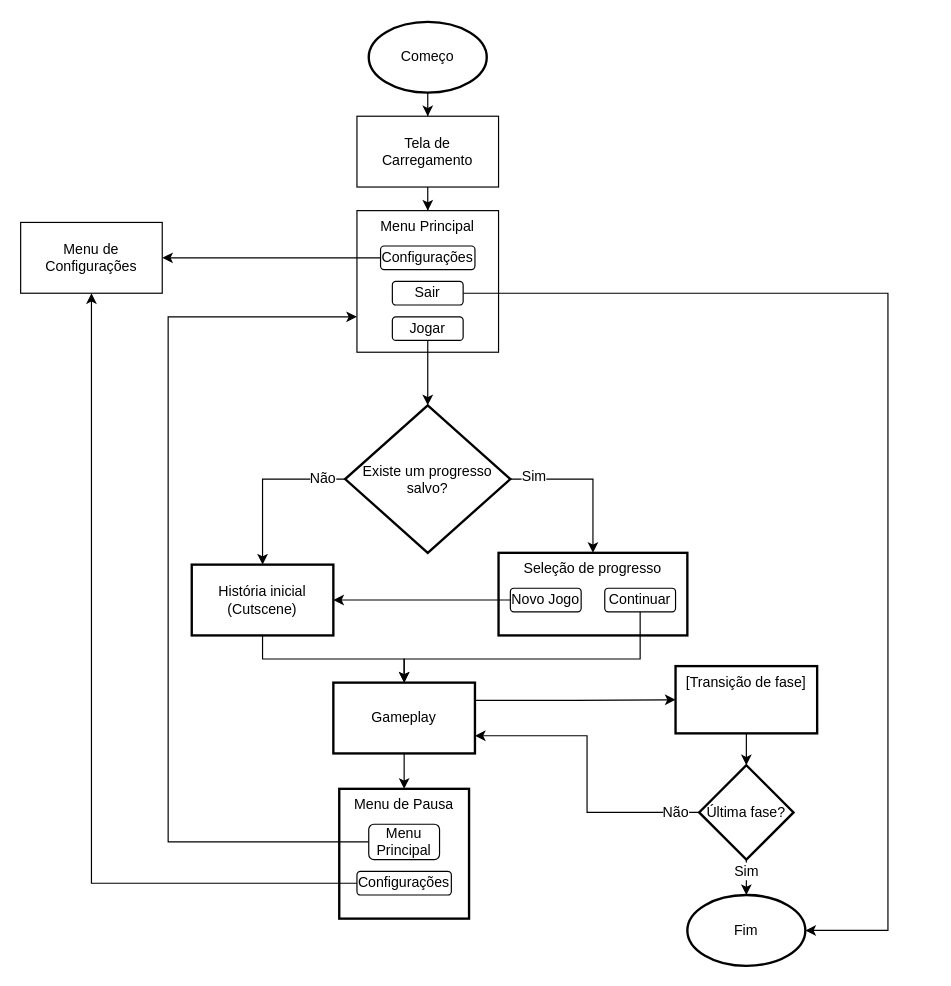
Earlier version of the draw.io diagram Runaway Bear flowchart.drawio (IsaacoHamsto/runawaybeargame). Source tidied: cells renumbered, new cells numbered last; positions are measured from the earlier drawing's top-left corner, leaving out a move shared by most shapes. Both pictures are drawn from the tidied source at 118%, with x=0, y=0 at pixel (20, 21).
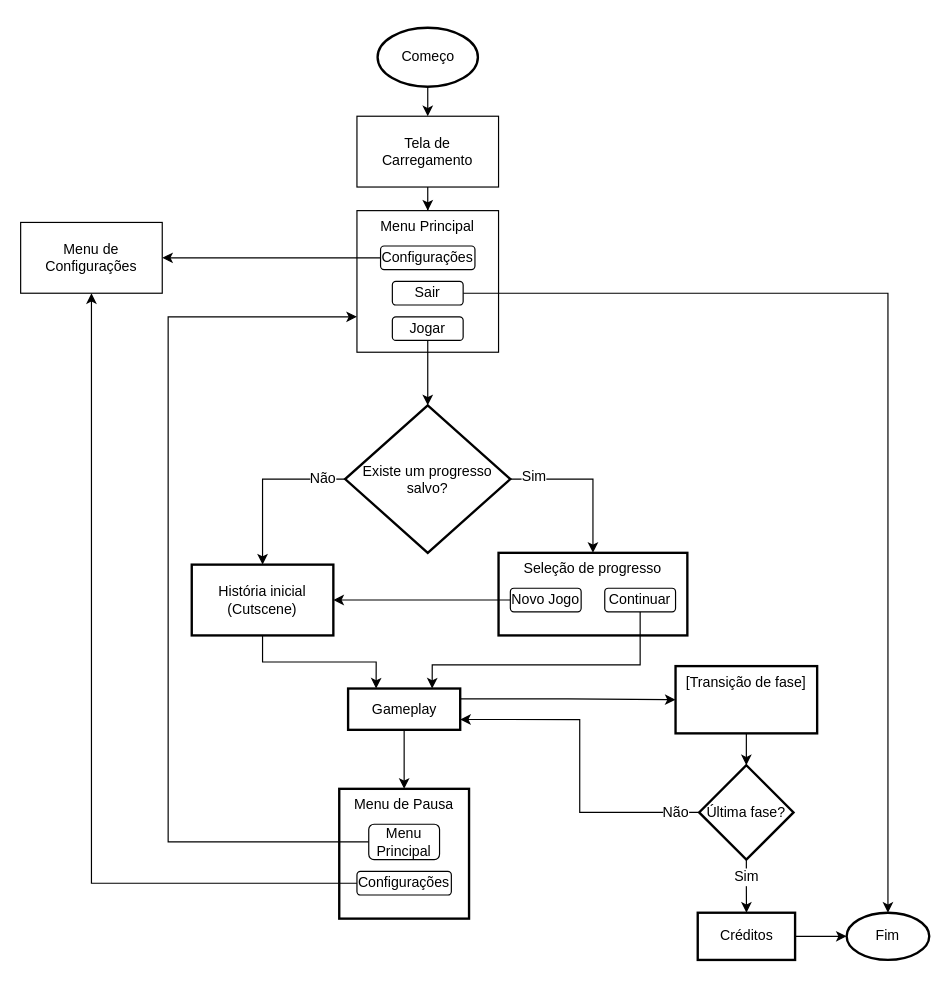
The same diagram, later.

Commit message:
Adicionar [Créditos]

Unchanged cells that the change refers to:
```xml
<mxCell id="12" value="Sair" style="rounded=1;whiteSpace=wrap;html=1;fillColor=default;" parent="1" vertex="1">
  <mxGeometry x="315" y="220" width="60" height="20" as="geometry" />
</mxCell>
<mxCell id="17" value="História inicial (Cutscene)" style="whiteSpace=wrap;html=1;strokeWidth=2;" parent="1" vertex="1">
  <mxGeometry x="145" y="460" width="120" height="60" as="geometry" />
</mxCell>
<mxCell id="22" value="Continuar" style="rounded=1;whiteSpace=wrap;html=1;fillColor=default;" parent="1" vertex="1">
  <mxGeometry x="495" y="480" width="60" height="20" as="geometry" />
</mxCell>
<mxCell id="37" value="Última fase?" style="rhombus;whiteSpace=wrap;html=1;verticalAlign=middle;strokeWidth=2;" parent="1" vertex="1">
  <mxGeometry x="575" y="630" width="80" height="80" as="geometry" />
</mxCell>
```

What changed in the source:
```diff
@@
     <mxCell id="3" value="Começo" style="strokeWidth=2;html=1;shape=mxgraph.flowchart.start_1;whiteSpace=wrap;fillColor=default;" parent="1" vertex="1">
-      <mxGeometry x="295" width="100" height="60" as="geometry" />
+      <mxGeometry x="302.5" y="5" width="85" height="50" as="geometry" />
     </mxCell>
@@
-    <mxCell id="11" style="edgeStyle=orthogonalEdgeStyle;rounded=0;jettySize=auto;html=1;entryX=1;entryY=0.5;entryDx=0;entryDy=0;entryPerimeter=0;exitX=1;exitY=0.5;exitDx=0;exitDy=0;" parent="1" edge="1" source="12" target="26">
-      <mxGeometry relative="1" as="geometry">
-        <Array as="points">
-          <mxPoint x="735" y="230" />
-          <mxPoint x="735" y="770" />
-        </Array>
-      </mxGeometry>
+    <mxCell id="11" style="edgeStyle=orthogonalEdgeStyle;rounded=0;jettySize=auto;html=1;entryX=0.5;entryY=0;entryDx=0;entryDy=0;entryPerimeter=0;" parent="1" edge="1" source="12" target="26">
+      <mxGeometry relative="1" as="geometry" />
     </mxCell>
@@
-    <mxCell id="16" style="edgeStyle=orthogonalEdgeStyle;rounded=0;jettySize=auto;html=1;" parent="1" edge="1" source="17" target="25">
+    <mxCell id="16" style="edgeStyle=orthogonalEdgeStyle;rounded=0;jettySize=auto;html=1;exitX=0.5;exitY=1;exitDx=0;exitDy=0;entryX=0.25;entryY=0;entryDx=0;entryDy=0;" parent="1" edge="1" source="17" target="25">
       <mxGeometry relative="1" as="geometry" />
     </mxCell>
@@
-    <mxCell id="21" style="edgeStyle=orthogonalEdgeStyle;rounded=0;jettySize=auto;html=1;exitX=0.5;exitY=1;exitDx=0;exitDy=0;" parent="1" edge="1" source="22" target="25">
+    <mxCell id="21" style="edgeStyle=orthogonalEdgeStyle;rounded=0;jettySize=auto;html=1;entryX=0.75;entryY=0;entryDx=0;entryDy=0;" parent="1" edge="1" source="22" target="25">
       <mxGeometry relative="1" as="geometry">
         <Array as="points">
-          <mxPoint x="525" y="540" />
-          <mxPoint x="325" y="540" />
+          <mxPoint x="525" y="545" />
+          <mxPoint x="349" y="545" />
         </Array>
       </mxGeometry>
     </mxCell>
@@
     <mxCell id="25" value="Gameplay" style="whiteSpace=wrap;html=1;strokeWidth=2;" parent="1" vertex="1">
-      <mxGeometry x="265" y="560" width="120" height="60" as="geometry" />
+      <mxGeometry x="277.5" y="565" width="95" height="35" as="geometry" />
     </mxCell>
     <mxCell id="26" value="Fim" style="strokeWidth=2;html=1;shape=mxgraph.flowchart.start_1;whiteSpace=wrap;" parent="1" vertex="1">
-      <mxGeometry x="565" y="740" width="100" height="60" as="geometry" />
+      <mxGeometry x="700" y="755" width="70" height="40" as="geometry" />
     </mxCell>
@@
-    <mxCell id="35" style="edgeStyle=orthogonalEdgeStyle;rounded=0;jettySize=auto;html=1;entryX=0.5;entryY=0;entryDx=0;entryDy=0;entryPerimeter=0;" parent="1" edge="1" source="37" target="26">
-      <mxGeometry relative="1" as="geometry" />
-    </mxCell>
@@
+    <mxCell id="42" style="edgeStyle=orthogonalEdgeStyle;rounded=0;jettySize=auto;html=1;" parent="1" edge="1" source="37" target="44">
+      <mxGeometry relative="1" as="geometry" />
+    </mxCell>
@@
     <mxCell id="39" value="Sim" style="text;html=1;align=center;verticalAlign=middle;strokeColor=none;fillColor=none;labelBackgroundColor=default;" parent="1" vertex="1">
-      <mxGeometry x="595" y="705" width="40" height="30" as="geometry" />
+      <mxGeometry x="595" y="710" width="40" height="30" as="geometry" />
     </mxCell>
@@
+    <mxCell id="43" style="edgeStyle=orthogonalEdgeStyle;rounded=0;jettySize=auto;html=1;entryX=0;entryY=0.5;entryDx=0;entryDy=0;entryPerimeter=0;" parent="1" edge="1" source="44" target="26">
+      <mxGeometry relative="1" as="geometry" />
+    </mxCell>
+    <mxCell id="44" value="Créditos" style="whiteSpace=wrap;html=1;strokeWidth=2;" parent="1" vertex="1">
+      <mxGeometry x="573.8" y="755" width="82.5" height="40" as="geometry" />
+    </mxCell>
```
